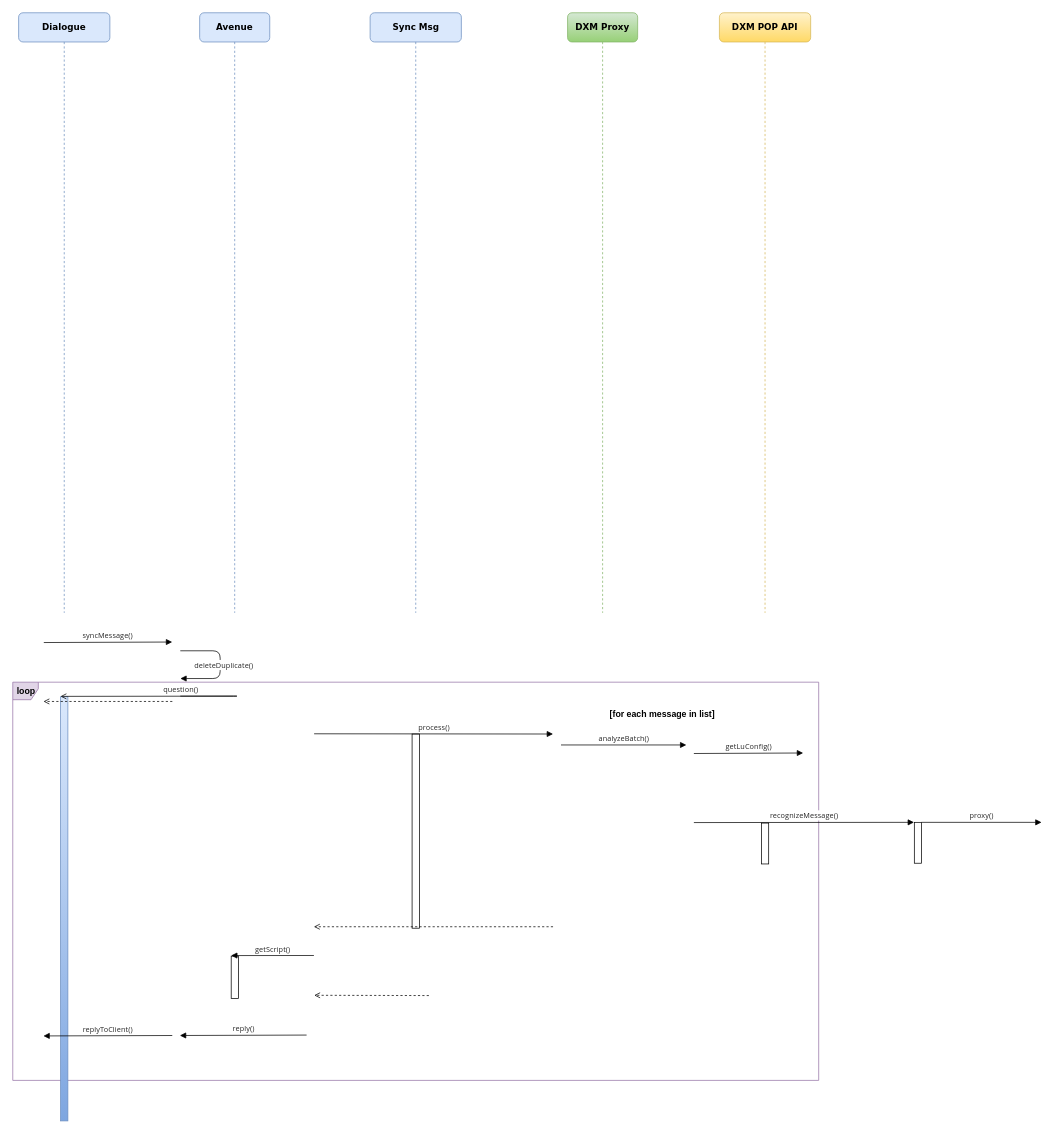
GeekKwok/UML keeps this draw.io diagram as leyan/dxm/Sequence Diagram 7.drawio. Above is the earlier version. Source tidied: cells renumbered, new cells numbered last; positions are measured from the earlier drawing's top-left corner, leaving out a move shared by most shapes. Both pictures are drawn from the tidied source at 73%, with x=0, y=0 at pixel (12, 12).
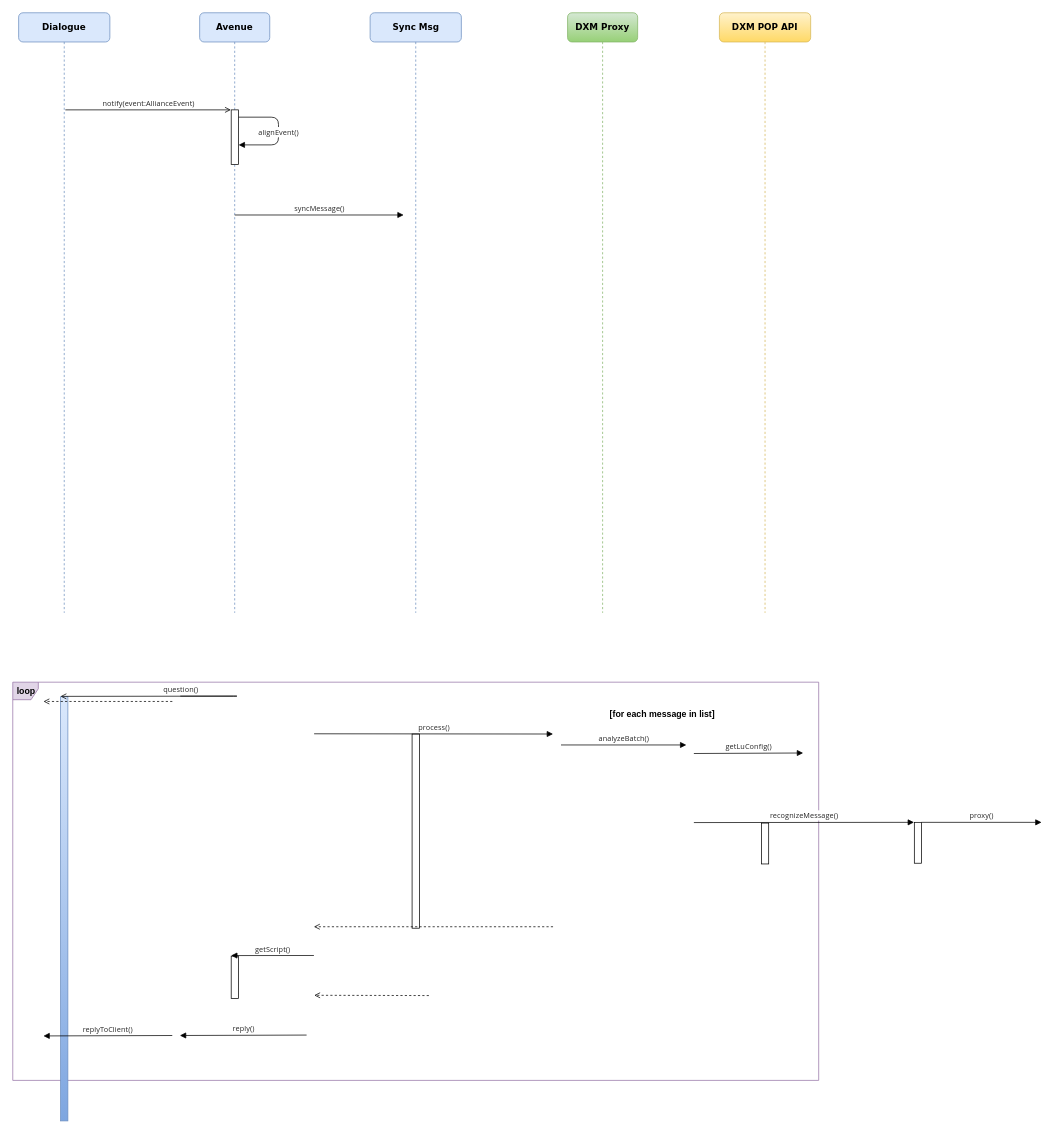
The same diagram, later.

The change refers to these unchanged cells:
```xml
<mxCell id="5" value="&lt;b&gt;Avenue&lt;/b&gt;" style="shape=umlLifeline;perimeter=lifelinePerimeter;whiteSpace=wrap;html=1;rounded=1;shadow=0;comic=0;labelBackgroundColor=none;strokeWidth=1;fontFamily=Verdana;fontSize=12;align=center;fillColor=#dae8fc;strokeColor=#6c8ebf;" parent="1" vertex="1">
  <mxGeometry x="256" width="96" height="822" as="geometry" />
</mxCell>
```

The edit, as a diff of the source:
```diff
@@
+    <mxCell id="28" style="html=1;points=[];perimeter=orthogonalPerimeter;rounded=0;shadow=0;comic=0;labelBackgroundColor=none;strokeWidth=1;fontFamily=Verdana;fontSize=10;align=center;" parent="5" vertex="1">
+      <mxGeometry x="43.2" y="133" width="10" height="75" as="geometry" />
+    </mxCell>
@@
-    <mxCell id="12" value="&lt;font color=&quot;#262626&quot; face=&quot;chinese quote, segoe ui, roboto, pingfang sc, hiragino sans gb, microsoft yahei, helvetica neue, helvetica, arial, sans-serif, apple color emoji&quot; style=&quot;font-size: 10px;&quot;&gt;&lt;span style=&quot;font-size: 10px; letter-spacing: 0.12px; background-color: rgb(255, 255, 255);&quot;&gt;syncMessage()&lt;/span&gt;&lt;/font&gt;" style="html=1;verticalAlign=bottom;endArrow=block;labelBackgroundColor=none;fontFamily=Verdana;fontSize=10;edgeStyle=elbowEdgeStyle;elbow=vertical;entryX=-0.06;entryY=0;entryDx=0;entryDy=0;entryPerimeter=0;" parent="1" edge="1">
+    <mxCell id="12" value="&lt;font color=&quot;#262626&quot; face=&quot;chinese quote, segoe ui, roboto, pingfang sc, hiragino sans gb, microsoft yahei, helvetica neue, helvetica, arial, sans-serif, apple color emoji&quot; style=&quot;font-size: 10px&quot;&gt;&lt;span style=&quot;font-size: 10px ; letter-spacing: 0.12px ; background-color: rgb(255 , 255 , 255)&quot;&gt;notify(event:AllianceEvent)&lt;br&gt;&lt;/span&gt;&lt;/font&gt;" style="html=1;verticalAlign=bottom;endArrow=open;labelBackgroundColor=none;fontFamily=Verdana;fontSize=10;edgeStyle=elbowEdgeStyle;elbow=vertical;endFill=0;entryX=-0.042;entryY=-0.007;entryDx=0;entryDy=0;entryPerimeter=0;" parent="1" edge="1" target="28">
       <mxGeometry relative="1" as="geometry">
-        <mxPoint x="42.5" y="862.7" as="sourcePoint" />
-        <mxPoint x="218.4" y="862" as="targetPoint" />
+        <mxPoint x="72" y="133" as="sourcePoint" />
       </mxGeometry>
     </mxCell>
@@
-    <mxCell id="14" value="&lt;font color=&quot;#262626&quot; face=&quot;chinese quote, segoe ui, roboto, pingfang sc, hiragino sans gb, microsoft yahei, helvetica neue, helvetica, arial, sans-serif, apple color emoji&quot; style=&quot;font-size: 10px;&quot;&gt;&lt;span style=&quot;font-size: 10px; letter-spacing: 0.12px; background-color: rgb(255, 255, 255);&quot;&gt;deleteDuplicate()&lt;/span&gt;&lt;/font&gt;" style="html=1;verticalAlign=bottom;endArrow=block;labelBackgroundColor=none;fontFamily=Verdana;fontSize=10;elbow=vertical;edgeStyle=orthogonalEdgeStyle;exitX=1.038;exitY=0.345;exitPerimeter=0;rounded=1;" parent="1" edge="1">
-      <mxGeometry x="0.14" y="5" relative="1" as="geometry">
-        <mxPoint x="229.5" y="874" as="sourcePoint" />
-        <mxPoint x="229.5" y="912" as="targetPoint" />
+    <mxCell id="14" value="&lt;font color=&quot;#262626&quot; face=&quot;chinese quote, segoe ui, roboto, pingfang sc, hiragino sans gb, microsoft yahei, helvetica neue, helvetica, arial, sans-serif, apple color emoji&quot; style=&quot;font-size: 10px&quot;&gt;&lt;span style=&quot;font-size: 10px ; letter-spacing: 0.12px ; background-color: rgb(255 , 255 , 255)&quot;&gt;alignEvent()&lt;/span&gt;&lt;/font&gt;" style="html=1;verticalAlign=bottom;endArrow=block;labelBackgroundColor=none;fontFamily=Verdana;fontSize=10;elbow=vertical;edgeStyle=orthogonalEdgeStyle;exitX=1.038;exitY=0.345;exitPerimeter=0;rounded=1;" parent="1" edge="1">
+      <mxGeometry x="0.15" relative="1" as="geometry">
+        <mxPoint x="309.4" y="143" as="sourcePoint" />
+        <mxPoint x="309.4" y="181" as="targetPoint" />
         <Array as="points">
-          <mxPoint x="284.1" y="873.9" />
-          <mxPoint x="284.1" y="911.9" />
+          <mxPoint x="364" y="142.9" />
+          <mxPoint x="364" y="180.9" />
         </Array>
       </mxGeometry>
     </mxCell>
@@
+    <mxCell id="29" value="&lt;font color=&quot;#262626&quot; face=&quot;chinese quote, segoe ui, roboto, pingfang sc, hiragino sans gb, microsoft yahei, helvetica neue, helvetica, arial, sans-serif, apple color emoji&quot; style=&quot;font-size: 10px;&quot;&gt;&lt;span style=&quot;font-size: 10px; letter-spacing: 0.12px; background-color: rgb(255, 255, 255);&quot;&gt;syncMessage()&lt;/span&gt;&lt;/font&gt;" style="html=1;verticalAlign=bottom;endArrow=block;labelBackgroundColor=none;fontFamily=Verdana;fontSize=10;edgeStyle=elbowEdgeStyle;elbow=vertical;" parent="1" edge="1">
+      <mxGeometry relative="1" as="geometry">
+        <mxPoint x="304" y="277" as="sourcePoint" />
+        <mxPoint x="535.5" y="277.3" as="targetPoint" />
+      </mxGeometry>
+    </mxCell>
```
